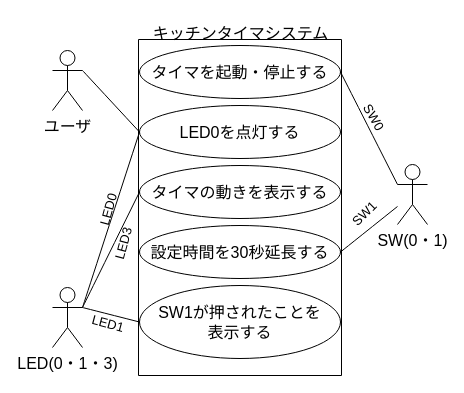
Above: page "ページ2" (2 of 3) of 名称未設定ファイル.drawio in kasaharamutsumi/home-page (draw.io), before the change. Source tidied: cells renumbered, new cells numbered last; positions are measured from the earlier drawing's top-left corner, leaving out a move shared by most shapes. Both pictures are drawn from the tidied source at 100%, with x=0, y=0 at pixel (52, 17).
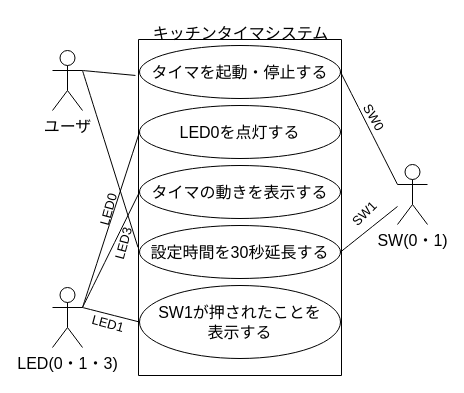
The same page after the edit.

Commit message:
名称未設定ファイル.drawio を更新します

Unchanged cells that the change refers to:
```xml
<mxCell id="3" style="swimlane;startSize=0;fontSize=16;" parent="1" vertex="1">
  <mxGeometry x="86" y="22" width="203" height="336" as="geometry" />
</mxCell>
<mxCell id="6" value="LED0を点灯する" style="ellipse;whiteSpace=wrap;html=1;fontSize=16;" parent="3" vertex="1">
  <mxGeometry x="1" y="66" width="201" height="53" as="geometry" />
</mxCell>
<mxCell id="10" value="ユーザ" style="shape=umlActor;verticalLabelPosition=bottom;verticalAlign=top;html=1;outlineConnect=0;fontSize=16;" parent="1" vertex="1">
  <mxGeometry y="33" width="30" height="60" as="geometry" />
</mxCell>
<mxCell id="18" value="LED3" style="text;html=1;strokeColor=none;fillColor=none;align=center;verticalAlign=middle;whiteSpace=wrap;rounded=0;fontSize=13;rotation=-75;" parent="1" vertex="1">
  <mxGeometry x="41" y="211" width="60" height="30" as="geometry" />
</mxCell>
```

What changed in the source:
```diff
@@
-    <mxCell id="14" style="endArrow=none;html=1;rounded=0;fontSize=12;startSize=8;endSize=8;curved=1;exitX=1;exitY=0.3333333333333333;exitDx=0;exitDy=0;exitPerimeter=0;entryX=0;entryY=0.5;entryDx=0;entryDy=0;" parent="1" edge="1" source="10" target="6">
+    <mxCell id="14" style="endArrow=none;html=1;rounded=0;fontSize=12;startSize=8;endSize=8;curved=1;exitX=1;exitY=0.3333333333333333;exitDx=0;exitDy=0;exitPerimeter=0;entryX=-0.015;entryY=0.107;entryDx=0;entryDy=0;entryPerimeter=0;" parent="1" edge="1" source="10" target="3">
       <mxGeometry relative="1" as="geometry" />
     </mxCell>
@@
+    <mxCell id="23" style="endArrow=none;html=1;rounded=0;fontSize=12;startSize=8;endSize=8;curved=1;exitX=1;exitY=0.3333333333333333;exitDx=0;exitDy=0;exitPerimeter=0;entryX=0.5;entryY=1;entryDx=0;entryDy=0;" parent="1" edge="1" source="10" target="18">
+      <mxGeometry relative="1" as="geometry" />
+    </mxCell>
```
